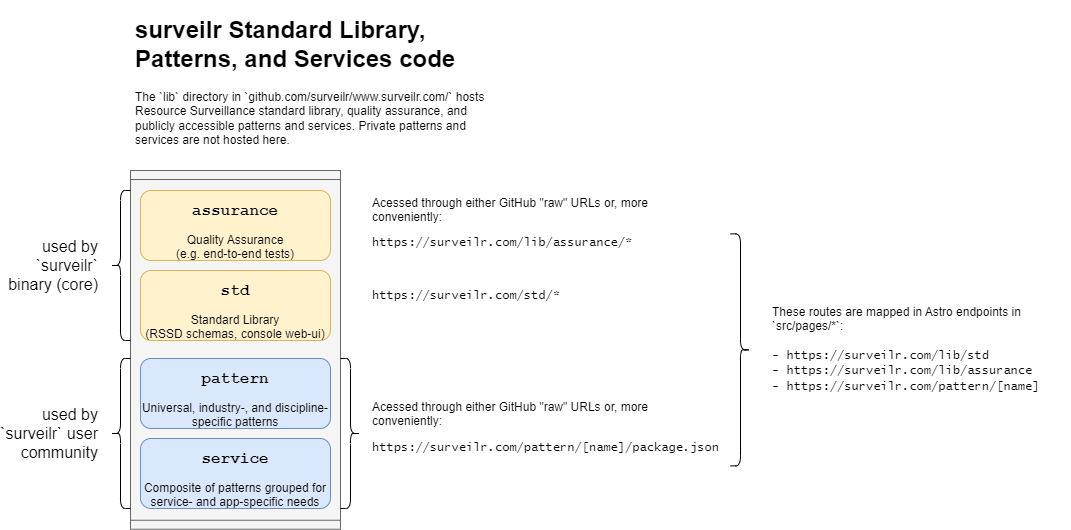
Before: lib/endpoints.drawio.png, a diagram exported from draw.io (surveilr/www.surveilr.com). Source tidied: cells renumbered, new cells last; positions are measured from the earlier drawing's top-left corner, leaving out a move shared by most shapes.
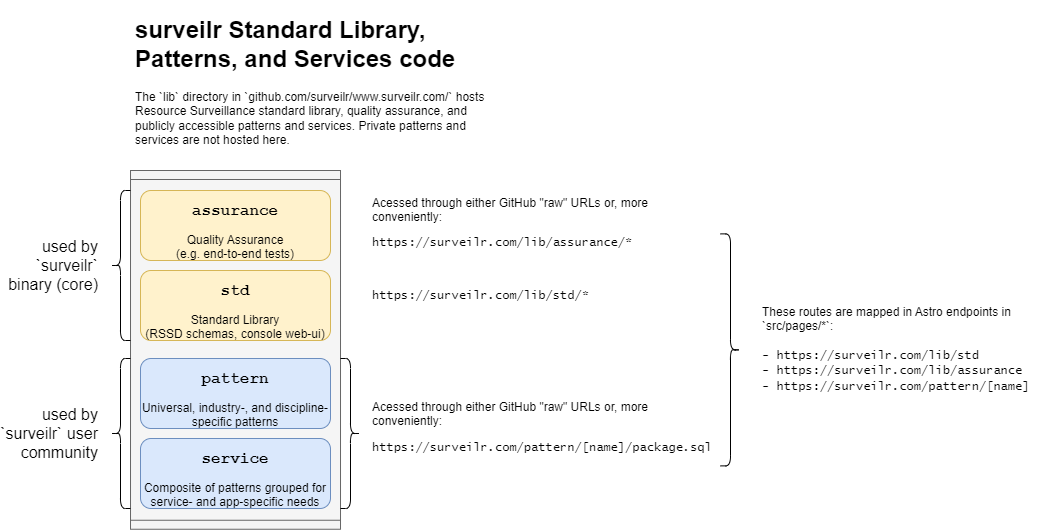
Above is the later version.

What changed in the source:
```diff
@@ -32,20 +32,20 @@
     <mxCell id="11" value="used by `surveilr` user community" style="text;html=1;strokeColor=none;fillColor=none;align=right;verticalAlign=middle;whiteSpace=wrap;rounded=0;fontSize=16;" parent="1" vertex="1">
       <mxGeometry y="368" width="100" height="110" as="geometry" />
     </mxCell>
-    <mxCell id="12" value="&lt;font style=&quot;font-size: 12px;&quot;&gt;Acessed through either GitHub &quot;raw&quot; URLs or, more conveniently:&lt;br style=&quot;font-size: 12px;&quot;&gt;&lt;/font&gt;&lt;pre style=&quot;font-size: 12px;&quot;&gt;&lt;font face=&quot;Lucida Console&quot; style=&quot;font-size: 12px;&quot;&gt;https://surveilr.com/pattern/[name]/package.json&lt;/font&gt;&lt;/pre&gt;" style="text;html=1;strokeColor=none;fillColor=none;align=left;verticalAlign=middle;whiteSpace=wrap;rounded=0;fontSize=12;" parent="1" vertex="1">
+    <mxCell id="12" value="&lt;font style=&quot;font-size: 12px;&quot;&gt;Acessed through either GitHub &quot;raw&quot; URLs or, more conveniently:&lt;br style=&quot;font-size: 12px;&quot;&gt;&lt;/font&gt;&lt;pre style=&quot;font-size: 12px;&quot;&gt;&lt;font face=&quot;Lucida Console&quot; style=&quot;font-size: 12px;&quot;&gt;https://surveilr.com/pattern/[name]/package.sql&lt;/font&gt;&lt;/pre&gt;" style="text;html=1;strokeColor=none;fillColor=none;align=left;verticalAlign=middle;whiteSpace=wrap;rounded=0;fontSize=12;" parent="1" vertex="1">
       <mxGeometry x="370" y="368" width="310" height="110" as="geometry" />
     </mxCell>
     <mxCell id="13" style="shape=curlyBracket;whiteSpace=wrap;html=1;rounded=1;flipH=1;labelPosition=right;verticalLabelPosition=middle;align=left;verticalAlign=middle;fontSize=16;size=0.5;" parent="1" vertex="1">
       <mxGeometry x="340" y="348" width="20" height="150" as="geometry" />
     </mxCell>
-    <mxCell id="14" value="&lt;font style=&quot;font-size: 12px;&quot;&gt;Acessed through either GitHub &quot;raw&quot; URLs or, more conveniently:&lt;br style=&quot;font-size: 12px;&quot;&gt;&lt;/font&gt;&lt;pre style=&quot;font-size: 12px;&quot;&gt;&lt;font face=&quot;Lucida Console&quot; style=&quot;font-size: 12px;&quot;&gt;https://surveilr.com/lib/assurance/*&lt;/font&gt;&lt;/pre&gt;&lt;pre style=&quot;font-size: 12px;&quot;&gt;&lt;span style=&quot;font-family: &amp;quot;Lucida Console&amp;quot;; background-color: initial; white-space: normal;&quot;&gt;&lt;br&gt;&lt;/span&gt;&lt;/pre&gt;&lt;pre style=&quot;font-size: 12px;&quot;&gt;&lt;span style=&quot;font-family: &amp;quot;Lucida Console&amp;quot;; background-color: initial; white-space: normal;&quot;&gt;https://surveilr.com/std/*&lt;/span&gt;&lt;br&gt;&lt;/pre&gt;" style="text;html=1;strokeColor=none;fillColor=none;align=left;verticalAlign=middle;whiteSpace=wrap;rounded=0;fontSize=12;" parent="1" vertex="1">
+    <mxCell id="14" value="&lt;font style=&quot;font-size: 12px;&quot;&gt;Acessed through either GitHub &quot;raw&quot; URLs or, more conveniently:&lt;br style=&quot;font-size: 12px;&quot;&gt;&lt;/font&gt;&lt;pre style=&quot;font-size: 12px;&quot;&gt;&lt;font face=&quot;Lucida Console&quot; style=&quot;font-size: 12px;&quot;&gt;https://surveilr.com/lib/assurance/*&lt;/font&gt;&lt;/pre&gt;&lt;pre style=&quot;font-size: 12px;&quot;&gt;&lt;span style=&quot;font-family: &amp;quot;Lucida Console&amp;quot;; background-color: initial; white-space: normal;&quot;&gt;&lt;br&gt;&lt;/span&gt;&lt;/pre&gt;&lt;pre style=&quot;font-size: 12px;&quot;&gt;&lt;span style=&quot;font-family: &amp;quot;Lucida Console&amp;quot;; background-color: initial; white-space: normal;&quot;&gt;https://surveilr.com/lib/std/*&lt;/span&gt;&lt;br&gt;&lt;/pre&gt;" style="text;html=1;strokeColor=none;fillColor=none;align=left;verticalAlign=middle;whiteSpace=wrap;rounded=0;fontSize=12;" parent="1" vertex="1">
       <mxGeometry x="370" y="190" width="310" height="110" as="geometry" />
     </mxCell>
     <mxCell id="15" style="shape=curlyBracket;whiteSpace=wrap;html=1;rounded=1;flipH=1;labelPosition=right;verticalLabelPosition=middle;align=left;verticalAlign=middle;fontSize=16;size=0.5;" parent="1" vertex="1">
-      <mxGeometry x="730" y="223.4" width="20" height="232" as="geometry" />
+      <mxGeometry x="720" y="223.4" width="20" height="232" as="geometry" />
     </mxCell>
     <mxCell id="16" value="These routes are mapped in Astro endpoints in `src/pages/*`:&lt;br&gt;&lt;br&gt;&lt;font face=&quot;Lucida Console&quot;&gt;- https://surveilr.com/lib/std&lt;br&gt;- https://surveilr.com/lib/assurance&lt;br&gt;- https://surveilr.com/pattern/[name]&lt;/font&gt;" style="text;html=1;strokeColor=none;fillColor=none;align=left;verticalAlign=middle;whiteSpace=wrap;rounded=0;fontSize=12;" parent="1" vertex="1">
-      <mxGeometry x="770" y="284.4" width="300" height="110" as="geometry" />
+      <mxGeometry x="760" y="284.4" width="300" height="110" as="geometry" />
     </mxCell>
   </root>
 </mxGraphModel>
```
